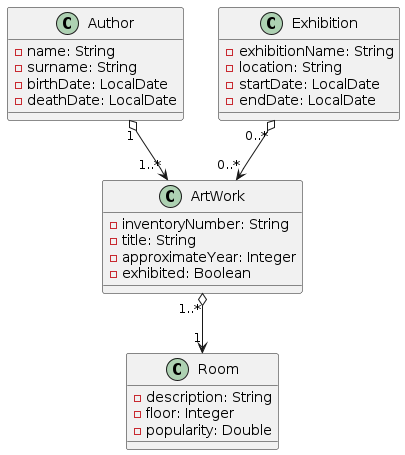
Before: docs/museum.models.png, a diagram exported from PlantUML (wzzzzwwzw/apaw-practice).
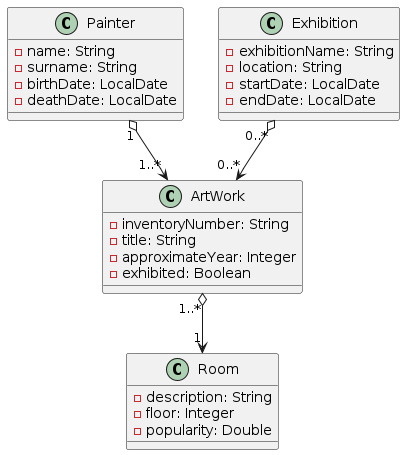
The same diagram one commit later.

Commit message:
Completes Author renaming to Painter #486

Change to the diagram source:
```diff
@@ -7,7 +7,7 @@
     - exhibited: Boolean
 }
 
-class Author {
+class Painter {
     - name: String
     - surname: String
     - birthDate: LocalDate
@@ -28,7 +28,7 @@
 }
 
 
-Author "1" o--> "1..*" ArtWork
+Painter "1" o--> "1..*" ArtWork
 ArtWork "1..*" o--> "1" Room
 Exhibition "0..*" o--> "0..*" ArtWork
 
```
